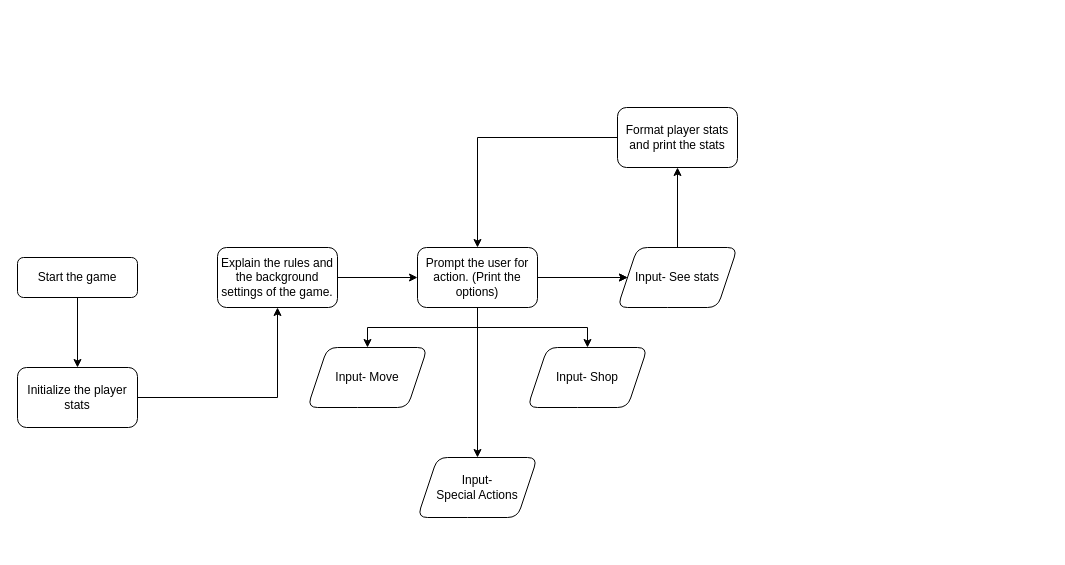
Above: 제목 없는 다이어그램.drawio in EukkMaru/hello-world (draw.io), before the change. Source tidied: cells renumbered, new cells numbered last; positions are measured from the earlier drawing's top-left corner, leaving out a move shared by most shapes. Both pictures are drawn from the tidied source at 100%, with x=0, y=0 at pixel (17, 107).
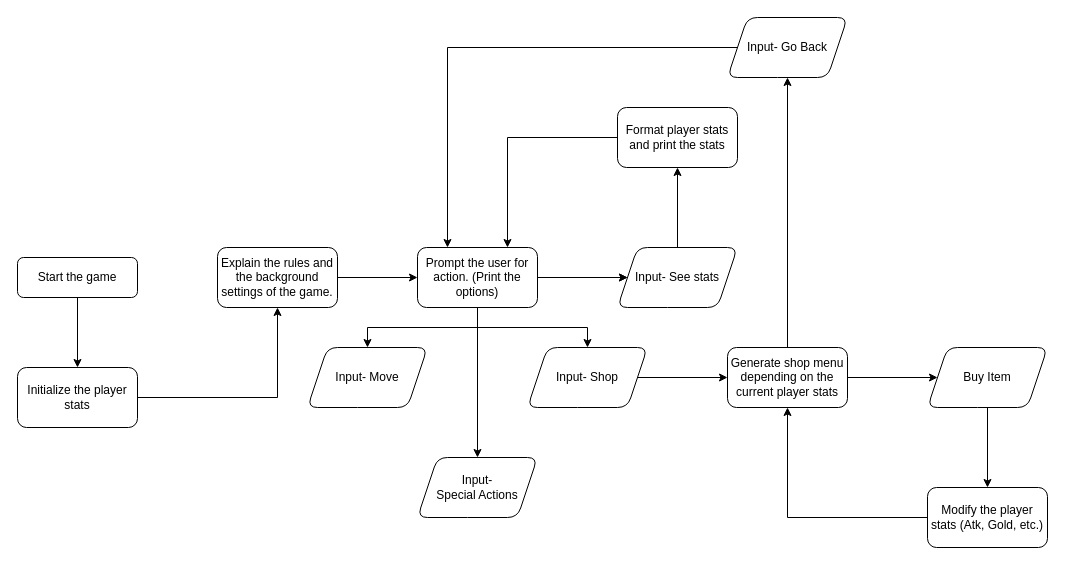
The same diagram, later.

Commit message (it also covers changes not shown here):
제목 없는 다이어그램.drawio 업데이트

Unchanged cells that the change refers to:
```xml
<mxCell id="12" value="Prompt the user for action. (Print the options)" style="whiteSpace=wrap;html=1;rounded=1;glass=0;strokeWidth=1;shadow=0;" parent="1" vertex="1">
  <mxGeometry x="400" y="140" width="120" height="60" as="geometry" />
</mxCell>
<mxCell id="16" value="Input- Shop" style="shape=parallelogram;perimeter=parallelogramPerimeter;whiteSpace=wrap;html=1;fixedSize=1;rounded=1;glass=0;strokeWidth=1;shadow=0;" parent="1" vertex="1">
  <mxGeometry x="510" y="240" width="120" height="60" as="geometry" />
</mxCell>
<mxCell id="20" value="Format player stats and print the stats" style="whiteSpace=wrap;html=1;rounded=1;glass=0;strokeWidth=1;shadow=0;" parent="1" vertex="1">
  <mxGeometry x="600" width="120" height="60" as="geometry" />
</mxCell>
```

Change to the diagram source:
```diff
@@
+    <mxCell id="21" style="edgeStyle=orthogonalEdgeStyle;rounded=0;jettySize=auto;html=1;" parent="1" edge="1" source="16" target="24">
+      <mxGeometry relative="1" as="geometry" />
+    </mxCell>
@@
-    <mxCell id="19" style="edgeStyle=orthogonalEdgeStyle;rounded=0;jettySize=auto;html=1;exitX=0;exitY=0.5;exitDx=0;exitDy=0;entryX=0.5;entryY=0;entryDx=0;entryDy=0;" parent="1" edge="1" source="20" target="12">
+    <mxCell id="19" style="edgeStyle=orthogonalEdgeStyle;rounded=0;jettySize=auto;html=1;exitX=0;exitY=0.5;exitDx=0;exitDy=0;entryX=0.75;entryY=0;entryDx=0;entryDy=0;" parent="1" edge="1" source="20" target="12">
       <mxGeometry relative="1" as="geometry" />
     </mxCell>
@@
+    <mxCell id="22" style="edgeStyle=orthogonalEdgeStyle;rounded=0;jettySize=auto;html=1;" parent="1" edge="1" source="24" target="26">
+      <mxGeometry relative="1" as="geometry" />
+    </mxCell>
+    <mxCell id="23" style="edgeStyle=orthogonalEdgeStyle;rounded=0;jettySize=auto;html=1;" parent="1" edge="1" source="24" target="30">
+      <mxGeometry relative="1" as="geometry" />
+    </mxCell>
+    <mxCell id="24" value="Generate shop menu depending on the current player stats" style="whiteSpace=wrap;html=1;rounded=1;glass=0;strokeWidth=1;shadow=0;" parent="1" vertex="1">
+      <mxGeometry x="710" y="240" width="120" height="60" as="geometry" />
+    </mxCell>
+    <mxCell id="25" style="edgeStyle=orthogonalEdgeStyle;rounded=0;jettySize=auto;html=1;" parent="1" edge="1" source="26" target="28">
+      <mxGeometry relative="1" as="geometry" />
+    </mxCell>
+    <mxCell id="26" value="Buy Item" style="shape=parallelogram;perimeter=parallelogramPerimeter;whiteSpace=wrap;html=1;fixedSize=1;rounded=1;glass=0;strokeWidth=1;shadow=0;" parent="1" vertex="1">
+      <mxGeometry x="910" y="240" width="120" height="60" as="geometry" />
+    </mxCell>
+    <mxCell id="27" style="edgeStyle=orthogonalEdgeStyle;rounded=0;jettySize=auto;html=1;exitX=0;exitY=0.5;exitDx=0;exitDy=0;entryX=0.5;entryY=1;entryDx=0;entryDy=0;" parent="1" edge="1" source="28" target="24">
+      <mxGeometry relative="1" as="geometry" />
+    </mxCell>
+    <mxCell id="28" value="Modify the player stats (Atk, Gold, etc.)" style="whiteSpace=wrap;html=1;rounded=1;glass=0;strokeWidth=1;shadow=0;" parent="1" vertex="1">
+      <mxGeometry x="910" y="380" width="120" height="60" as="geometry" />
+    </mxCell>
+    <mxCell id="29" style="edgeStyle=orthogonalEdgeStyle;rounded=0;jettySize=auto;html=1;exitX=0;exitY=0.5;exitDx=0;exitDy=0;entryX=0.25;entryY=0;entryDx=0;entryDy=0;" parent="1" edge="1" source="30" target="12">
+      <mxGeometry relative="1" as="geometry" />
+    </mxCell>
+    <mxCell id="30" value="Input- Go Back" style="shape=parallelogram;perimeter=parallelogramPerimeter;whiteSpace=wrap;html=1;fixedSize=1;rounded=1;glass=0;strokeWidth=1;shadow=0;" parent="1" vertex="1">
+      <mxGeometry x="710" y="-90" width="120" height="60" as="geometry" />
+    </mxCell>
```
